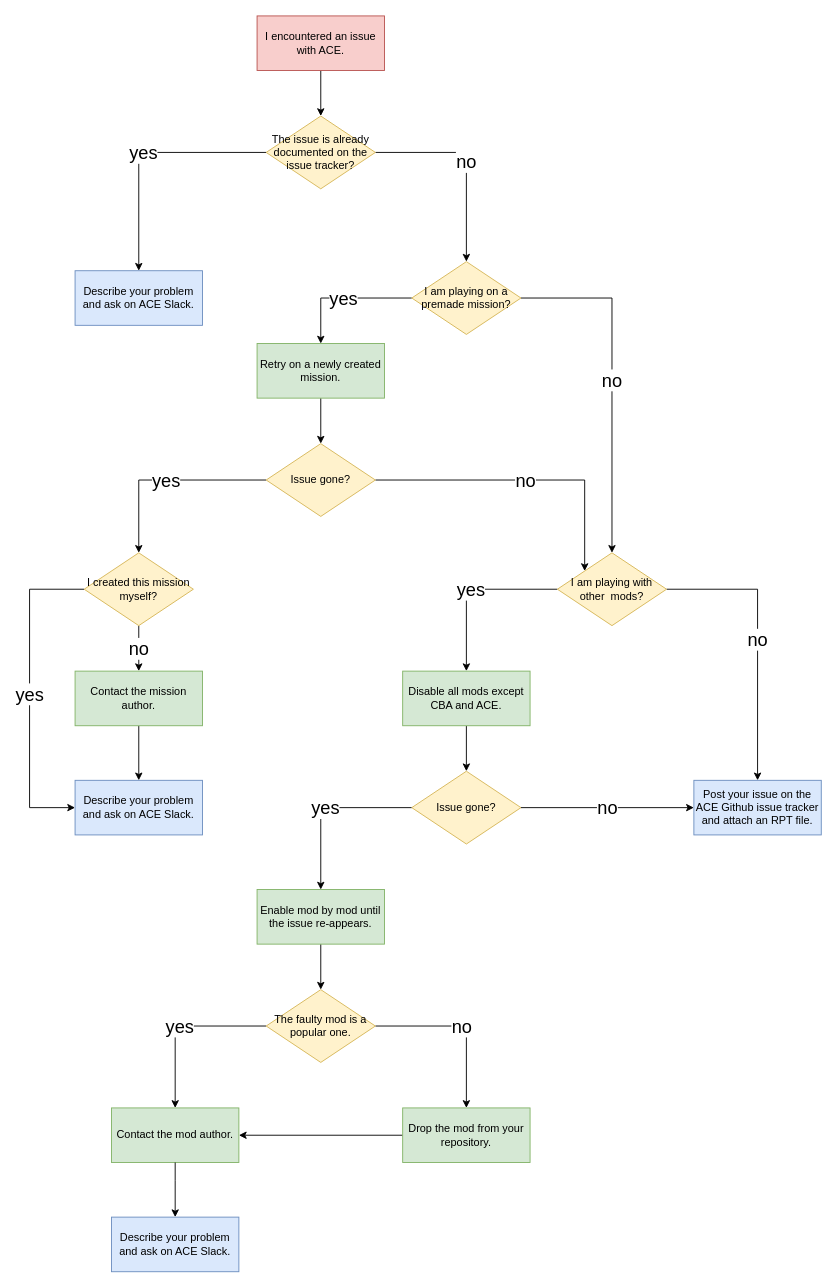
Above: docs/img/wiki/development/issue_flowchart.drawio in acemod/ACE3 (draw.io), before the change. Source tidied: cells renumbered, new cells numbered last; positions are measured from the earlier drawing's top-left corner, leaving out a move shared by most shapes. Both pictures are drawn from the tidied source at 91%, with x=0, y=0 at pixel (29, 15).
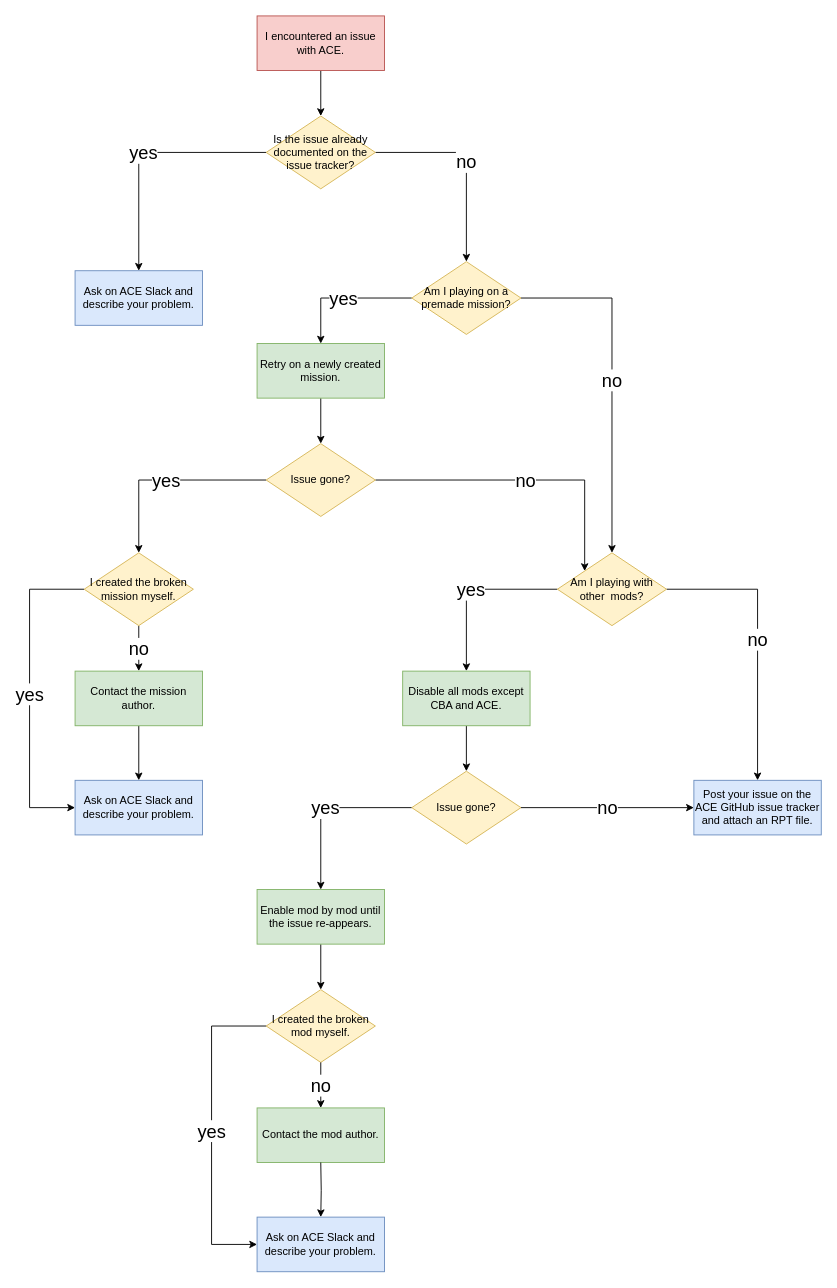
The same diagram, later.

Commit message (it also covers changes not shown here):
update chart with suggestions

Change to the diagram source:
```diff
@@
-    <mxCell id="6" value="I am playing on a premade mission?" style="rhombus;whiteSpace=wrap;html=1;fillColor=#fff2cc;strokeColor=#d6b656;" parent="1" vertex="1">
+    <mxCell id="6" value="Am I playing on a premade mission?" style="rhombus;whiteSpace=wrap;html=1;fillColor=#fff2cc;strokeColor=#d6b656;" parent="1" vertex="1">
       <mxGeometry x="420" y="270" width="120" height="80" as="geometry" />
     </mxCell>
@@
-    <mxCell id="14" value="I created this mission myself?" style="rhombus;whiteSpace=wrap;html=1;fillColor=#fff2cc;strokeColor=#d6b656;" parent="1" vertex="1">
+    <mxCell id="14" value="I created the broken mission myself." style="rhombus;whiteSpace=wrap;html=1;fillColor=#fff2cc;strokeColor=#d6b656;" parent="1" vertex="1">
       <mxGeometry x="60" y="590" width="120" height="80" as="geometry" />
     </mxCell>
-    <mxCell id="15" value="Describe your problem and ask on ACE Slack." style="rounded=0;whiteSpace=wrap;html=1;fillColor=#dae8fc;strokeColor=#6c8ebf;" parent="1" vertex="1">
+    <mxCell id="15" value="Ask on ACE Slack and describe your problem." style="rounded=0;whiteSpace=wrap;html=1;fillColor=#dae8fc;strokeColor=#6c8ebf;" parent="1" vertex="1">
       <mxGeometry x="50" y="840" width="140" height="60" as="geometry" />
     </mxCell>
@@
-    <mxCell id="20" value="I am playing with other&amp;nbsp; mods?" style="rhombus;whiteSpace=wrap;html=1;fillColor=#fff2cc;strokeColor=#d6b656;" parent="1" vertex="1">
+    <mxCell id="20" value="Am I playing with other&amp;nbsp; mods?" style="rhombus;whiteSpace=wrap;html=1;fillColor=#fff2cc;strokeColor=#d6b656;" parent="1" vertex="1">
       <mxGeometry x="580" y="590" width="120" height="80" as="geometry" />
     </mxCell>
@@
-    <mxCell id="26" value="Post your issue on the ACE Github issue tracker and attach an RPT file." style="rounded=0;whiteSpace=wrap;html=1;fillColor=#dae8fc;strokeColor=#6c8ebf;" parent="1" vertex="1">
+    <mxCell id="26" value="Post your issue on the ACE GitHub issue tracker and attach an RPT file." style="rounded=0;whiteSpace=wrap;html=1;fillColor=#dae8fc;strokeColor=#6c8ebf;" parent="1" vertex="1">
       <mxGeometry x="730" y="840" width="140" height="60" as="geometry" />
     </mxCell>
@@
-    <mxCell id="29" value="yes" style="edgeStyle=orthogonalEdgeStyle;rounded=0;jumpSize=6;jettySize=auto;html=1;fontSize=20;" parent="1" edge="1" source="31" target="33">
-      <mxGeometry relative="1" as="geometry" />
-    </mxCell>
-    <mxCell id="30" value="no" style="edgeStyle=orthogonalEdgeStyle;rounded=0;jumpSize=6;jettySize=auto;html=1;entryX=0.5;entryY=0;entryDx=0;entryDy=0;fontSize=20;" parent="1" edge="1" source="31" target="38">
-      <mxGeometry relative="1" as="geometry" />
-    </mxCell>
-    <mxCell id="31" value="The faulty mod is a popular one." style="rhombus;whiteSpace=wrap;html=1;fillColor=#fff2cc;strokeColor=#d6b656;" parent="1" vertex="1">
+    <mxCell id="31" value="I created the broken mod myself." style="rhombus;whiteSpace=wrap;html=1;fillColor=#fff2cc;strokeColor=#d6b656;" parent="1" vertex="1">
       <mxGeometry x="260" y="1070" width="120" height="80" as="geometry" />
     </mxCell>
-    <mxCell id="32" style="edgeStyle=orthogonalEdgeStyle;rounded=0;jumpSize=6;jettySize=auto;html=1;entryX=1;entryY=0.5;entryDx=0;entryDy=0;fontSize=20;exitX=0;exitY=0.5;exitDx=0;exitDy=0;" parent="1" edge="1" source="38" target="33">
-      <mxGeometry relative="1" as="geometry" />
-    </mxCell>
-    <mxCell id="33" value="Contact the mod author." style="rounded=0;whiteSpace=wrap;html=1;fillColor=#d5e8d4;strokeColor=#82b366;" parent="1" vertex="1">
-      <mxGeometry x="90" y="1200" width="140" height="60" as="geometry" />
-    </mxCell>
@@
-    <mxCell id="36" value="The issue is already documented on the issue tracker?" style="rhombus;whiteSpace=wrap;html=1;fillColor=#fff2cc;strokeColor=#d6b656;" parent="1" vertex="1">
+    <mxCell id="36" value="Is the issue already documented on the issue tracker?" style="rhombus;whiteSpace=wrap;html=1;fillColor=#fff2cc;strokeColor=#d6b656;" parent="1" vertex="1">
       <mxGeometry x="260" y="110" width="120" height="80" as="geometry" />
     </mxCell>
-    <mxCell id="37" style="edgeStyle=orthogonalEdgeStyle;rounded=0;jumpSize=6;jettySize=auto;html=1;entryX=0.5;entryY=0;entryDx=0;entryDy=0;fontSize=20;exitX=0.5;exitY=1;exitDx=0;exitDy=0;" parent="1" edge="1" source="33" target="39">
-      <mxGeometry relative="1" as="geometry">
-        <Array as="points">
-          <mxPoint x="160" y="1280" />
-          <mxPoint x="160" y="1280" />
-        </Array>
-      </mxGeometry>
-    </mxCell>
-    <mxCell id="38" value="Drop the mod from your repository." style="rounded=0;whiteSpace=wrap;html=1;fillColor=#d5e8d4;strokeColor=#82b366;" parent="1" vertex="1">
-      <mxGeometry x="410" y="1200" width="140" height="60" as="geometry" />
+    <mxCell id="38" value="Contact the mod author." style="rounded=0;whiteSpace=wrap;html=1;fillColor=#d5e8d4;strokeColor=#82b366;" parent="1" vertex="1">
+      <mxGeometry x="250" y="1200" width="140" height="60" as="geometry" />
     </mxCell>
-    <mxCell id="39" value="Describe your problem and ask on ACE Slack." style="rounded=0;whiteSpace=wrap;html=1;fillColor=#dae8fc;strokeColor=#6c8ebf;" parent="1" vertex="1">
-      <mxGeometry x="90" y="1320" width="140" height="60" as="geometry" />
-    </mxCell>
-    <mxCell id="40" value="Describe your problem and ask on ACE Slack." style="rounded=0;whiteSpace=wrap;html=1;fillColor=#dae8fc;strokeColor=#6c8ebf;" parent="1" vertex="1">
+    <mxCell id="40" value="Ask on ACE Slack and describe your problem." style="rounded=0;whiteSpace=wrap;html=1;fillColor=#dae8fc;strokeColor=#6c8ebf;" parent="1" vertex="1">
       <mxGeometry x="50" y="280" width="140" height="60" as="geometry" />
     </mxCell>
+    <mxCell id="30" value="no" style="edgeStyle=orthogonalEdgeStyle;rounded=0;jumpSize=6;orthogonalLoop=1;jettySize=auto;html=1;entryX=0.5;entryY=0;entryDx=0;entryDy=0;fontSize=20;" parent="1" edge="1">
+      <mxGeometry relative="1" as="geometry">
+        <mxPoint x="320" y="1150" as="sourcePoint" />
+        <mxPoint x="320" y="1200" as="targetPoint" />
+      </mxGeometry>
+    </mxCell>
+    <mxCell id="29" value="yes" style="edgeStyle=orthogonalEdgeStyle;rounded=0;jumpSize=6;jettySize=auto;html=1;entryX=0;entryY=0.5;entryDx=0;entryDy=0;fontSize=20;" parent="1" edge="1" target="41">
+      <mxGeometry relative="1" as="geometry">
+        <mxPoint x="260" y="1110" as="sourcePoint" />
+        <Array as="points">
+          <mxPoint x="200" y="1110" />
+          <mxPoint x="200" y="1350" />
+        </Array>
+      </mxGeometry>
+    </mxCell>
+    <mxCell id="41" value="Ask on ACE Slack and describe your problem." style="rounded=0;whiteSpace=wrap;html=1;fillColor=#dae8fc;strokeColor=#6c8ebf;" parent="1" vertex="1">
+      <mxGeometry x="250" y="1320" width="140" height="60" as="geometry" />
+    </mxCell>
+    <mxCell id="42" style="edgeStyle=orthogonalEdgeStyle;rounded=0;jumpSize=6;jettySize=auto;html=1;entryX=0.5;entryY=0;entryDx=0;entryDy=0;fontSize=20;" parent="1" edge="1" target="41">
+      <mxGeometry relative="1" as="geometry">
+        <mxPoint x="320" y="1260" as="sourcePoint" />
+      </mxGeometry>
+    </mxCell>
```
